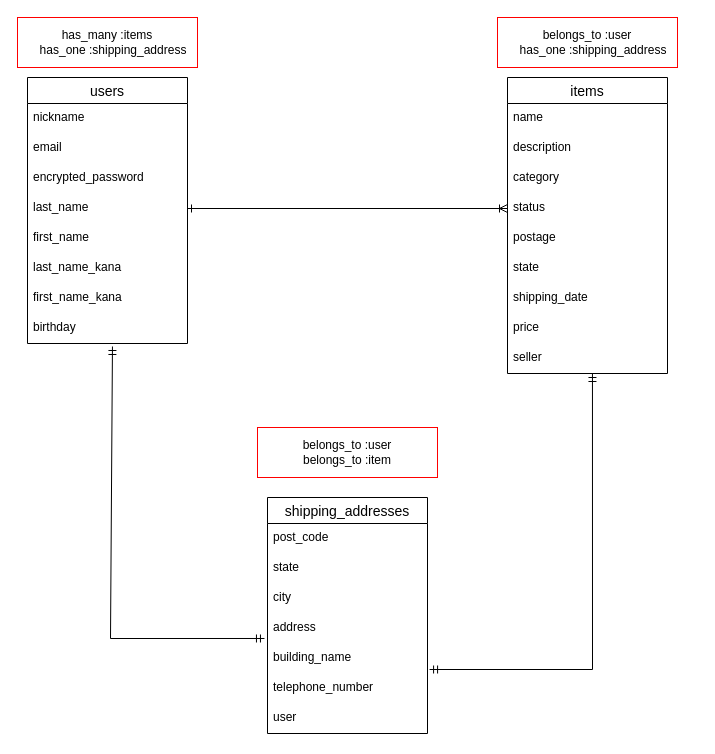
Before: ER.dio in Kazuho1222/furima-39147, a draw.io diagram. Source tidied: cells renumbered, new cells numbered last; positions are measured from the earlier drawing's top-left corner, leaving out a move shared by most shapes. Both pictures are drawn from the tidied source at 100%, with x=0, y=0 at pixel (17, 17).
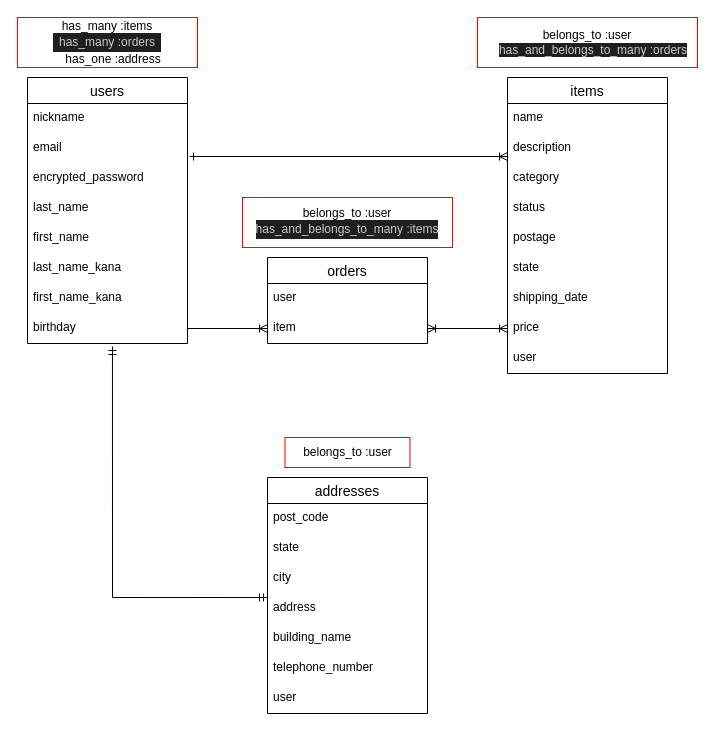
Above is the later version.

Commit message (it also covers changes not shown here):
データベース設計の修正

Unchanged cells that the change refers to:
```xml
<mxCell id="4" value="email" style="text;strokeColor=none;fillColor=none;spacingLeft=4;spacingRight=4;overflow=hidden;points=[[0,0.5],[1,0.5]];portConstraint=eastwest;fontSize=12;" parent="2" vertex="1">
  <mxGeometry y="56" width="160" height="30" as="geometry" />
</mxCell>
<mxCell id="6" value="last_name" style="text;strokeColor=none;fillColor=none;spacingLeft=4;spacingRight=4;overflow=hidden;points=[[0,0.5],[1,0.5]];portConstraint=eastwest;fontSize=12;" parent="2" vertex="1">
  <mxGeometry y="116" width="160" height="30" as="geometry" />
</mxCell>
<mxCell id="10" value="birthday" style="text;strokeColor=none;fillColor=none;spacingLeft=4;spacingRight=4;overflow=hidden;points=[[0,0.5],[1,0.5]];portConstraint=eastwest;fontSize=12;" parent="2" vertex="1">
  <mxGeometry y="236" width="160" height="30" as="geometry" />
</mxCell>
<mxCell id="11" value="items" style="swimlane;fontStyle=0;horizontal=1;startSize=26;align=center;fontSize=14;" parent="1" vertex="1">
  <mxGeometry x="490" y="60" width="160" height="296" as="geometry" />
</mxCell>
<mxCell id="15" value="status" style="text;strokeColor=none;fillColor=none;spacingLeft=4;spacingRight=4;overflow=hidden;points=[[0,0.5],[1,0.5]];portConstraint=eastwest;fontSize=12;" parent="11" vertex="1">
  <mxGeometry y="116" width="160" height="30" as="geometry" />
</mxCell>
<mxCell id="19" value="price" style="text;strokeColor=none;fillColor=none;spacingLeft=4;spacingRight=4;overflow=hidden;points=[[0,0.5],[1,0.5]];portConstraint=eastwest;fontSize=12;" parent="11" vertex="1">
  <mxGeometry y="236" width="160" height="30" as="geometry" />
</mxCell>
<mxCell id="25" value="address" style="text;strokeColor=none;fillColor=none;spacingLeft=4;spacingRight=4;overflow=hidden;points=[[0,0.5],[1,0.5]];portConstraint=eastwest;fontSize=12;" parent="21" vertex="1">
  <mxGeometry y="116" width="160" height="30" as="geometry" />
</mxCell>
<mxCell id="27" value="telephone_number" style="text;strokeColor=none;fillColor=none;spacingLeft=4;spacingRight=4;overflow=hidden;points=[[0,0.5],[1,0.5]];portConstraint=eastwest;fontSize=12;" parent="21" vertex="1">
  <mxGeometry y="176" width="160" height="30" as="geometry" />
</mxCell>
```

Change to the diagram source:
```diff
@@
-    <mxCell id="20" value="seller" style="text;strokeColor=none;fillColor=none;spacingLeft=4;spacingRight=4;overflow=hidden;points=[[0,0.5],[1,0.5]];portConstraint=eastwest;fontSize=12;" parent="11" vertex="1">
+    <mxCell id="20" value="user" style="text;strokeColor=none;fillColor=none;spacingLeft=4;spacingRight=4;overflow=hidden;points=[[0,0.5],[1,0.5]];portConstraint=eastwest;fontSize=12;" parent="11" vertex="1">
       <mxGeometry y="266" width="160" height="30" as="geometry" />
     </mxCell>
-    <mxCell id="21" value="shipping_addresses" style="swimlane;fontStyle=0;horizontal=1;startSize=26;align=center;fontSize=14;" parent="1" vertex="1">
-      <mxGeometry x="250" y="480" width="160" height="236" as="geometry" />
+    <mxCell id="21" value="addresses" style="swimlane;fontStyle=0;horizontal=1;startSize=26;align=center;fontSize=14;" parent="1" vertex="1">
+      <mxGeometry x="250" y="460" width="160" height="236" as="geometry" />
     </mxCell>
@@
-    <mxCell id="29" style="edgeStyle=none;html=1;exitX=1;exitY=0.5;exitDx=0;exitDy=0;endArrow=ERoneToMany;endFill=0;strokeWidth=1;sourcePerimeterSpacing=0;startSize=6;startArrow=ERone;startFill=0;entryX=0;entryY=0.5;entryDx=0;entryDy=0;" parent="1" edge="1" source="6" target="15">
-      <mxGeometry relative="1" as="geometry" />
+    <mxCell id="29" style="edgeStyle=none;html=1;exitX=1.013;exitY=0.767;exitDx=0;exitDy=0;endArrow=ERoneToMany;endFill=0;strokeWidth=1;sourcePerimeterSpacing=0;startSize=6;startArrow=ERone;startFill=0;exitPerimeter=0;" parent="1" edge="1" source="4">
+      <mxGeometry x="295" y="470" relative="1" as="geometry">
+        <mxPoint x="490" y="139" as="targetPoint" />
+      </mxGeometry>
     </mxCell>
-    <mxCell id="30" style="fontSize=12;html=1;endArrow=ERmandOne;startArrow=ERmandOne;rounded=0;strokeWidth=1;sourcePerimeterSpacing=0;jumpSize=10;entryX=0.531;entryY=1;entryDx=0;entryDy=0;entryPerimeter=0;exitX=1.013;exitY=-0.133;exitDx=0;exitDy=0;exitPerimeter=0;" parent="1" edge="1" source="27" target="20">
-      <mxGeometry relative="1" as="geometry">
-        <Array as="points">
-          <mxPoint x="575" y="652" />
-        </Array>
-      </mxGeometry>
-    </mxCell>
-    <mxCell id="31" style="fontSize=12;html=1;endArrow=ERmandOne;startArrow=ERmandOne;rounded=0;strokeWidth=1;sourcePerimeterSpacing=0;jumpSize=10;entryX=0.531;entryY=1.1;entryDx=0;entryDy=0;entryPerimeter=0;exitX=-0.019;exitY=0.833;exitDx=0;exitDy=0;exitPerimeter=0;" parent="1" edge="1" source="25" target="10">
+    <mxCell id="31" style="fontSize=12;html=1;endArrow=ERmandOne;startArrow=ERmandOne;rounded=0;strokeWidth=1;sourcePerimeterSpacing=0;jumpSize=10;entryX=0.531;entryY=1.1;entryDx=0;entryDy=0;entryPerimeter=0;exitX=0;exitY=0.133;exitDx=0;exitDy=0;exitPerimeter=0;" parent="1" edge="1" source="25" target="10">
       <mxGeometry relative="1" as="geometry">
         <Array as="points">
-          <mxPoint x="93" y="621" />
+          <mxPoint x="95" y="580" />
         </Array>
       </mxGeometry>
     </mxCell>
-    <mxCell id="32" value="&lt;div&gt;has_many :items&lt;/div&gt;&lt;div&gt;　has_one :shipping_address&lt;/div&gt;" style="whiteSpace=wrap;html=1;align=center;strokeColor=#FF0000;" parent="1" vertex="1">
+    <mxCell id="32" value="&lt;div&gt;has_many :items&lt;/div&gt;&lt;div&gt;&lt;div style=&quot;color: rgb(204, 204, 204); background-color: rgb(31, 31, 31); line-height: 19px;&quot;&gt;&lt;font style=&quot;font-size: 12px;&quot;&gt;has_many :orders&lt;/font&gt;&lt;/div&gt;&lt;/div&gt;&lt;div&gt;　has_one :address&lt;/div&gt;" style="whiteSpace=wrap;html=1;align=center;strokeColor=#FF0000;fillColor=none;" parent="1" vertex="1">
       <mxGeometry width="180" height="50" as="geometry" />
     </mxCell>
-    <mxCell id="33" value="&lt;div&gt;belongs_to :user&lt;/div&gt;&lt;div&gt;　has_one :shipping_address&lt;/div&gt;" style="whiteSpace=wrap;html=1;align=center;strokeColor=#FF0000;" parent="1" vertex="1">
-      <mxGeometry x="480" width="180" height="50" as="geometry" />
+    <mxCell id="33" value="&lt;div style=&quot;&quot;&gt;&lt;font style=&quot;font-size: 12px;&quot;&gt;belongs_to :user&lt;/font&gt;&lt;/div&gt;&lt;div style=&quot;&quot;&gt;&lt;font style=&quot;font-size: 12px;&quot;&gt;　&lt;span style=&quot;background-color: rgb(31, 31, 31); color: rgb(204, 204, 204);&quot;&gt;has_and_belongs_to_many :orders&lt;/span&gt;&lt;/font&gt;&lt;/div&gt;" style="whiteSpace=wrap;html=1;align=center;strokeColor=#FF0000;fillColor=none;" parent="1" vertex="1">
+      <mxGeometry x="460" width="220" height="50" as="geometry" />
     </mxCell>
-    <mxCell id="34" value="&lt;div&gt;belongs_to :user&lt;/div&gt;&lt;div&gt;belongs_to :item&lt;/div&gt;" style="whiteSpace=wrap;html=1;align=center;strokeColor=#FF0000;" parent="1" vertex="1">
-      <mxGeometry x="240" y="410" width="180" height="50" as="geometry" />
+    <mxCell id="34" value="&lt;div&gt;belongs_to :user&lt;/div&gt;&lt;div&gt;&lt;div style=&quot;color: rgb(204, 204, 204); background-color: rgb(31, 31, 31); line-height: 19px;&quot;&gt;&lt;font style=&quot;font-size: 12px;&quot;&gt;has_and_belongs_to_many :items&lt;/font&gt;&lt;/div&gt;&lt;/div&gt;" style="whiteSpace=wrap;html=1;align=center;strokeColor=#FF0000;fillColor=none;" parent="1" vertex="1">
+      <mxGeometry x="225" y="180" width="210" height="50" as="geometry" />
     </mxCell>
+    <mxCell id="35" value="orders" style="swimlane;fontStyle=0;horizontal=1;startSize=26;align=center;fontSize=14;" parent="1" vertex="1">
+      <mxGeometry x="250" y="240" width="160" height="86" as="geometry" />
+    </mxCell>
+    <mxCell id="36" value="user" style="text;strokeColor=none;fillColor=none;spacingLeft=4;spacingRight=4;overflow=hidden;fontSize=12;" parent="35" vertex="1">
+      <mxGeometry y="26" width="160" height="30" as="geometry" />
+    </mxCell>
+    <mxCell id="37" value="item" style="text;strokeColor=none;fillColor=none;spacingLeft=4;spacingRight=4;overflow=hidden;points=[[0,0.5],[1,0.5]];portConstraint=eastwest;fontSize=12;" parent="35" vertex="1">
+      <mxGeometry y="56" width="160" height="30" as="geometry" />
+    </mxCell>
+    <mxCell id="38" value="&lt;div&gt;belongs_to :user&lt;/div&gt;" style="whiteSpace=wrap;html=1;align=center;strokeColor=#FF0000;fillColor=none;" parent="1" vertex="1">
+      <mxGeometry x="267.5" y="420" width="125" height="30" as="geometry" />
+    </mxCell>
+    <mxCell id="39" style="edgeStyle=none;html=1;exitX=1;exitY=0.5;exitDx=0;exitDy=0;entryX=0;entryY=0.5;entryDx=0;entryDy=0;fontFamily=Helvetica;fontSize=12;endArrow=ERoneToMany;endFill=0;" parent="1" edge="1" source="10" target="37">
+      <mxGeometry relative="1" as="geometry" />
+    </mxCell>
+    <mxCell id="40" style="edgeStyle=none;html=1;exitX=1;exitY=0.5;exitDx=0;exitDy=0;entryX=0;entryY=0.5;entryDx=0;entryDy=0;fontFamily=Helvetica;fontSize=12;endArrow=ERoneToMany;endFill=0;startArrow=ERoneToMany;startFill=0;" parent="1" edge="1" source="37" target="19">
+      <mxGeometry relative="1" as="geometry" />
+    </mxCell>
```
